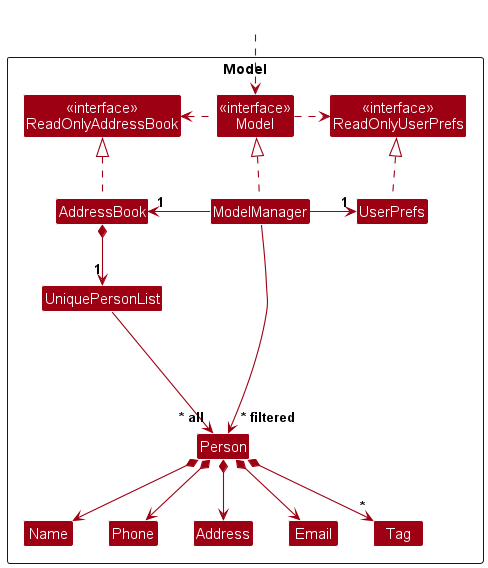
This is images/ModelClassDiagram.png from cbj252/tp, a PlantUML export, as it was before one commit.
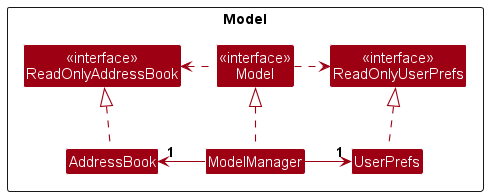
Above is the later version.

Diff of the diagram source:
```diff
@@ -12,20 +12,6 @@
 Class ModelManager
 Class UserPrefs
 
-Class UniquePersonList
-Class Person
-Class Address
-Class Email
-Class Name
-Class Phone
-Class Tag
-
-Class I #FFFFFF
-}
-
-Class HiddenOutside #FFFFFF
-HiddenOutside ..> Model
-
 AddressBook .up.|> ReadOnlyAddressBook
 
 ModelManager .up.|> Model
@@ -35,20 +21,4 @@
 ModelManager -right-> "1" UserPrefs
 UserPrefs .up.|> ReadOnlyUserPrefs
 
-AddressBook *--> "1" UniquePersonList
-UniquePersonList --> "~* all" Person
-Person *--> Name
-Person *--> Phone
-Person *--> Email
-Person *--> Address
-Person *--> "*" Tag
-
-Person -[hidden]up--> I
-UniquePersonList -[hidden]right-> I
-
-Name -[hidden]right-> Phone
-Phone -[hidden]right-> Address
-Address -[hidden]right-> Email
-
-ModelManager --> "~* filtered" Person
 @enduml
```
